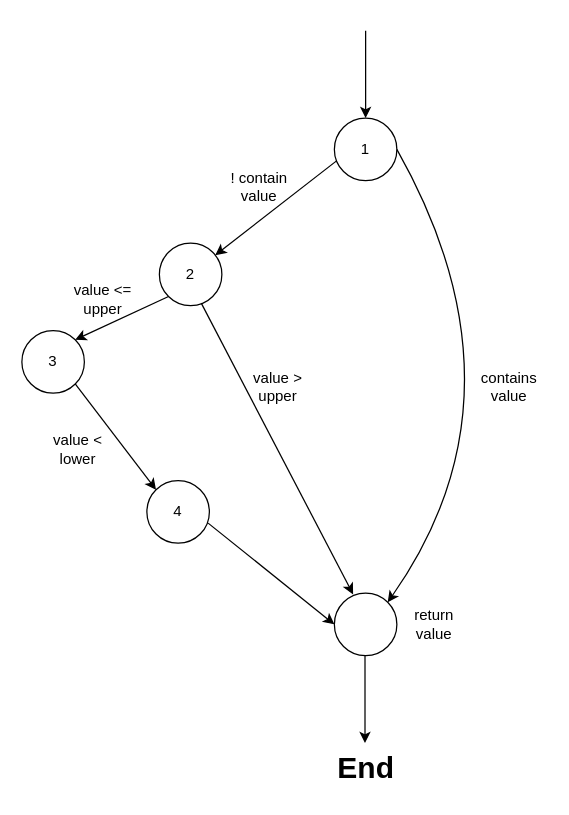
Above: Untitled Diagram.drawio in omcgread01id40235504/jcidemo (draw.io), before the change. Source tidied: cells renumbered, new cells numbered last; positions are measured from the earlier drawing's top-left corner, leaving out a move shared by most shapes. Both pictures are drawn from the tidied source at 125%, with x=0, y=0 at pixel (21, 30).
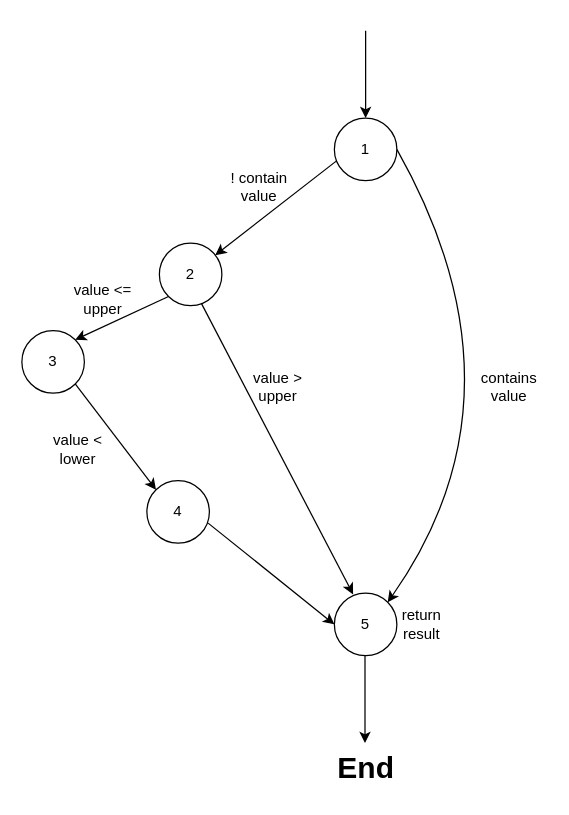
The same page after the edit.

Change to the diagram source:
```diff
@@
-    <mxCell id="4" style="ellipse;whiteSpace=wrap;html=1;" parent="1" vertex="1">
+    <mxCell id="4" value="5" style="ellipse;whiteSpace=wrap;html=1;" parent="1" vertex="1">
       <mxGeometry x="250" y="450" width="50" height="50" as="geometry" />
     </mxCell>
@@
-    <mxCell id="21" value="return value" style="text;html=1;strokeColor=none;fillColor=none;align=center;verticalAlign=middle;whiteSpace=wrap;rounded=0;" parent="1" vertex="1">
-      <mxGeometry x="300" y="460" width="60" height="30" as="geometry" />
+    <mxCell id="21" value="return result" style="text;html=1;strokeColor=none;fillColor=none;align=center;verticalAlign=middle;whiteSpace=wrap;rounded=0;" parent="1" vertex="1">
+      <mxGeometry x="290" y="460" width="60" height="30" as="geometry" />
     </mxCell>
```
